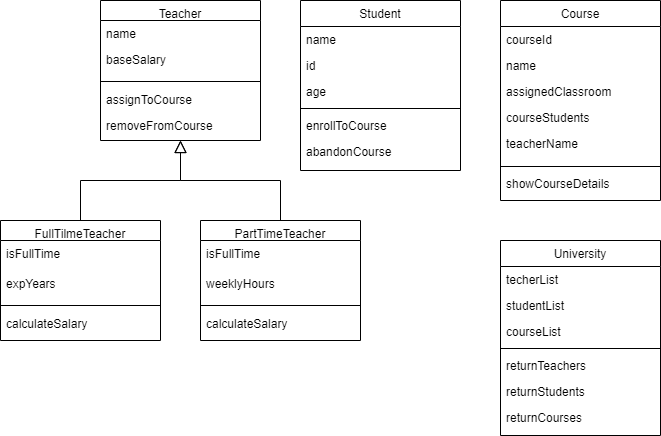
This is UniversityUML.png from ChristianMartinezTech/UniversityGlobant, a draw.io export, as it was before one commit. Source tidied: cells renumbered, new cells last; positions are measured from the earlier drawing's top-left corner, leaving out a move shared by most shapes.
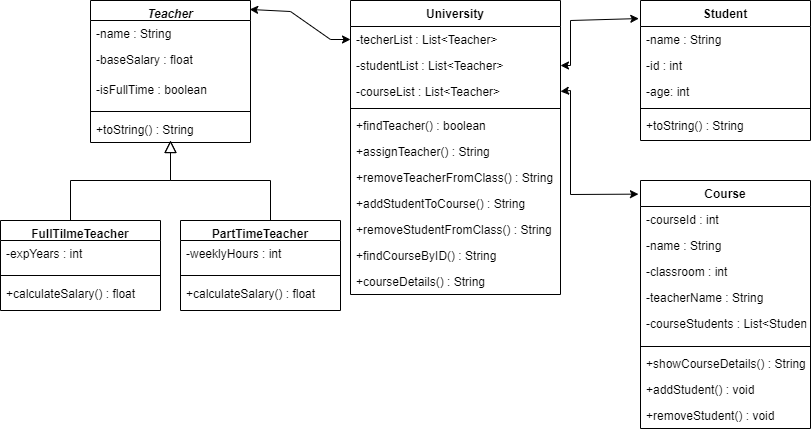
The same file after the commit.

The edit, as a diff of the source:
```diff
@@ -2,134 +2,167 @@
   <root>
     <mxCell id="0" />
     <mxCell id="1" parent="0" />
-    <mxCell id="2" value="Teacher" style="swimlane;fontStyle=0;align=center;verticalAlign=top;horizontal=1;startSize=20;rounded=0;shadow=0;strokeWidth=1;" parent="1" vertex="1">
-      <mxGeometry x="100" width="160" height="140" as="geometry" />
+    <mxCell id="2" value="Teacher" style="swimlane;fontStyle=3;align=center;verticalAlign=top;horizontal=1;startSize=20;rounded=0;shadow=0;strokeWidth=1;" parent="1" vertex="1">
+      <mxGeometry x="-60" y="-230" width="160" height="142" as="geometry" />
     </mxCell>
-    <mxCell id="3" value="name" style="text;align=left;verticalAlign=top;spacingLeft=4;spacingRight=4;overflow=hidden;" parent="2" vertex="1">
+    <mxCell id="3" value="-name : String" style="text;align=left;verticalAlign=top;spacingLeft=4;spacingRight=4;overflow=hidden;" parent="2" vertex="1">
       <mxGeometry y="20" width="160" height="26" as="geometry" />
     </mxCell>
-    <mxCell id="4" value="baseSalary" style="text;align=left;verticalAlign=top;spacingLeft=4;spacingRight=4;overflow=hidden;" parent="2" vertex="1">
+    <mxCell id="4" value="-baseSalary : float" style="text;align=left;verticalAlign=top;spacingLeft=4;spacingRight=4;overflow=hidden;" parent="2" vertex="1">
       <mxGeometry y="46" width="160" height="30" as="geometry" />
     </mxCell>
+    <mxCell id="43" value="-isFullTime : boolean" style="text;align=left;verticalAlign=top;spacingLeft=4;spacingRight=4;overflow=hidden;" parent="2" vertex="1">
+      <mxGeometry y="76" width="160" height="30" as="geometry" />
+    </mxCell>
     <mxCell id="5" style="line;html=1;strokeWidth=1;align=left;verticalAlign=middle;spacingTop=-1;spacingLeft=3;spacingRight=3;labelPosition=right;" parent="2" vertex="1">
-      <mxGeometry y="76" width="160" height="10" as="geometry" />
+      <mxGeometry y="106" width="160" height="10" as="geometry" />
     </mxCell>
-    <mxCell id="6" value="assignToCourse" style="text;align=left;verticalAlign=top;spacingLeft=4;spacingRight=4;overflow=hidden;" parent="2" vertex="1">
-      <mxGeometry y="86" width="160" height="26" as="geometry" />
+    <mxCell id="6" value="+toString() : String" style="text;align=left;verticalAlign=top;spacingLeft=4;spacingRight=4;overflow=hidden;" parent="2" vertex="1">
+      <mxGeometry y="116" width="160" height="26" as="geometry" />
     </mxCell>
-    <mxCell id="7" value="removeFromCourse" style="text;align=left;verticalAlign=top;spacingLeft=4;spacingRight=4;overflow=hidden;" parent="2" vertex="1">
-      <mxGeometry y="112" width="160" height="26" as="geometry" />
-    </mxCell>
-    <mxCell id="8" value="Student" style="swimlane;fontStyle=0;align=center;verticalAlign=top;horizontal=1;startSize=26;rounded=0;shadow=0;strokeWidth=1;" parent="1" vertex="1">
-      <mxGeometry x="300" width="160" height="170" as="geometry" />
+    <mxCell id="8" value="Student" style="swimlane;fontStyle=1;align=center;verticalAlign=top;horizontal=1;startSize=26;rounded=0;shadow=0;strokeWidth=1;" parent="1" vertex="1">
+      <mxGeometry x="490" y="-230" width="170" height="140" as="geometry" />
     </mxCell>
-    <mxCell id="9" value="name" style="text;align=left;verticalAlign=top;spacingLeft=4;spacingRight=4;overflow=hidden;" parent="8" vertex="1">
-      <mxGeometry y="26" width="160" height="26" as="geometry" />
+    <mxCell id="9" value="-name : String" style="text;align=left;verticalAlign=top;spacingLeft=4;spacingRight=4;overflow=hidden;" parent="8" vertex="1">
+      <mxGeometry y="26" width="170" height="26" as="geometry" />
     </mxCell>
-    <mxCell id="10" value="id" style="text;align=left;verticalAlign=top;spacingLeft=4;spacingRight=4;overflow=hidden;" parent="8" vertex="1">
-      <mxGeometry y="52" width="160" height="26" as="geometry" />
+    <mxCell id="10" value="-id : int" style="text;align=left;verticalAlign=top;spacingLeft=4;spacingRight=4;overflow=hidden;" parent="8" vertex="1">
+      <mxGeometry y="52" width="170" height="26" as="geometry" />
     </mxCell>
-    <mxCell id="11" value="age" style="text;align=left;verticalAlign=top;spacingLeft=4;spacingRight=4;overflow=hidden;" parent="8" vertex="1">
-      <mxGeometry y="78" width="160" height="26" as="geometry" />
+    <mxCell id="11" value="-age: int" style="text;align=left;verticalAlign=top;spacingLeft=4;spacingRight=4;overflow=hidden;" parent="8" vertex="1">
+      <mxGeometry y="78" width="170" height="26" as="geometry" />
     </mxCell>
     <mxCell id="12" style="line;html=1;strokeWidth=1;align=left;verticalAlign=middle;spacingTop=-1;spacingLeft=3;spacingRight=3;labelPosition=right;" parent="8" vertex="1">
-      <mxGeometry y="104" width="160" height="8" as="geometry" />
+      <mxGeometry y="104" width="170" height="8" as="geometry" />
     </mxCell>
-    <mxCell id="13" value="enrollToCourse" style="text;align=left;verticalAlign=top;spacingLeft=4;spacingRight=4;overflow=hidden;" parent="8" vertex="1">
-      <mxGeometry y="112" width="160" height="26" as="geometry" />
+    <mxCell id="13" value="+toString() : String" style="text;align=left;verticalAlign=top;spacingLeft=4;spacingRight=4;overflow=hidden;" parent="8" vertex="1">
+      <mxGeometry y="112" width="170" height="26" as="geometry" />
     </mxCell>
-    <mxCell id="14" value="abandonCourse" style="text;align=left;verticalAlign=top;spacingLeft=4;spacingRight=4;overflow=hidden;" parent="8" vertex="1">
-      <mxGeometry y="138" width="160" height="32" as="geometry" />
-    </mxCell>
-    <mxCell id="15" value="University" style="swimlane;fontStyle=0;align=center;verticalAlign=top;horizontal=1;startSize=26;rounded=0;shadow=0;strokeWidth=1;" parent="1" vertex="1">
-      <mxGeometry x="500" y="240" width="160" height="195" as="geometry" />
+    <mxCell id="15" value="University" style="swimlane;fontStyle=1;align=center;verticalAlign=top;horizontal=1;startSize=26;rounded=0;shadow=0;strokeWidth=1;" parent="1" vertex="1">
+      <mxGeometry x="200" y="-230" width="210" height="294" as="geometry" />
     </mxCell>
-    <mxCell id="16" value="techerList" style="text;align=left;verticalAlign=top;spacingLeft=4;spacingRight=4;overflow=hidden;points=[[0,0.5],[1,0.5]];portConstraint=eastwest;" parent="15" vertex="1">
-      <mxGeometry y="26" width="160" height="26" as="geometry" />
+    <mxCell id="16" value="-techerList : List&lt;Teacher&gt;" style="text;align=left;verticalAlign=top;spacingLeft=4;spacingRight=4;overflow=hidden;points=[[0,0.5],[1,0.5]];portConstraint=eastwest;" parent="15" vertex="1">
+      <mxGeometry y="26" width="210" height="26" as="geometry" />
     </mxCell>
-    <mxCell id="17" value="studentList" style="text;align=left;verticalAlign=top;spacingLeft=4;spacingRight=4;overflow=hidden;points=[[0,0.5],[1,0.5]];portConstraint=eastwest;rounded=0;shadow=0;html=0;" parent="15" vertex="1">
-      <mxGeometry y="52" width="160" height="26" as="geometry" />
+    <mxCell id="17" value="-studentList : List&lt;Teacher&gt;" style="text;align=left;verticalAlign=top;spacingLeft=4;spacingRight=4;overflow=hidden;points=[[0,0.5],[1,0.5]];portConstraint=eastwest;rounded=0;shadow=0;html=0;" parent="15" vertex="1">
+      <mxGeometry y="52" width="210" height="26" as="geometry" />
     </mxCell>
-    <mxCell id="18" value="courseList" style="text;align=left;verticalAlign=top;spacingLeft=4;spacingRight=4;overflow=hidden;points=[[0,0.5],[1,0.5]];portConstraint=eastwest;rounded=0;shadow=0;html=0;" parent="15" vertex="1">
-      <mxGeometry y="78" width="160" height="26" as="geometry" />
+    <mxCell id="18" value="-courseList : List&lt;Teacher&gt;" style="text;align=left;verticalAlign=top;spacingLeft=4;spacingRight=4;overflow=hidden;points=[[0,0.5],[1,0.5]];portConstraint=eastwest;rounded=0;shadow=0;html=0;" parent="15" vertex="1">
+      <mxGeometry y="78" width="210" height="26" as="geometry" />
     </mxCell>
     <mxCell id="19" style="line;html=1;strokeWidth=1;align=left;verticalAlign=middle;spacingTop=-1;spacingLeft=3;spacingRight=3;labelPosition=right;" parent="15" vertex="1">
-      <mxGeometry y="104" width="160" height="8" as="geometry" />
+      <mxGeometry y="104" width="210" height="8" as="geometry" />
     </mxCell>
-    <mxCell id="20" value="returnTeachers" style="text;align=left;verticalAlign=top;spacingLeft=4;spacingRight=4;overflow=hidden;rounded=0;shadow=0;html=0;" parent="15" vertex="1">
-      <mxGeometry y="112" width="160" height="26" as="geometry" />
+    <mxCell id="20" value="+findTeacher() : boolean" style="text;align=left;verticalAlign=top;spacingLeft=4;spacingRight=4;overflow=hidden;rounded=0;shadow=0;html=0;" parent="15" vertex="1">
+      <mxGeometry y="112" width="210" height="26" as="geometry" />
     </mxCell>
-    <mxCell id="21" value="returnStudents" style="text;align=left;verticalAlign=top;spacingLeft=4;spacingRight=4;overflow=hidden;rounded=0;shadow=0;html=0;" parent="15" vertex="1">
-      <mxGeometry y="138" width="160" height="26" as="geometry" />
+    <mxCell id="21" value="+assignTeacher() : String" style="text;align=left;verticalAlign=top;spacingLeft=4;spacingRight=4;overflow=hidden;rounded=0;shadow=0;html=0;" parent="15" vertex="1">
+      <mxGeometry y="138" width="210" height="26" as="geometry" />
     </mxCell>
-    <mxCell id="22" value="returnCourses" style="text;align=left;verticalAlign=top;spacingLeft=4;spacingRight=4;overflow=hidden;rounded=0;shadow=0;html=0;" parent="15" vertex="1">
-      <mxGeometry y="164" width="160" height="26" as="geometry" />
+    <mxCell id="22" value="+removeTeacherFromClass() : String" style="text;align=left;verticalAlign=top;spacingLeft=4;spacingRight=4;overflow=hidden;rounded=0;shadow=0;html=0;" parent="15" vertex="1">
+      <mxGeometry y="164" width="210" height="26" as="geometry" />
     </mxCell>
+    <mxCell id="44" value="+addStudentToCourse() : String" style="text;align=left;verticalAlign=top;spacingLeft=4;spacingRight=4;overflow=hidden;rounded=0;shadow=0;html=0;" parent="15" vertex="1">
+      <mxGeometry y="190" width="210" height="26" as="geometry" />
+    </mxCell>
+    <mxCell id="45" value="+removeStudentFromClass() : String" style="text;align=left;verticalAlign=top;spacingLeft=4;spacingRight=4;overflow=hidden;rounded=0;shadow=0;html=0;" parent="15" vertex="1">
+      <mxGeometry y="216" width="210" height="26" as="geometry" />
+    </mxCell>
+    <mxCell id="46" value="+findCourseByID() : String" style="text;align=left;verticalAlign=top;spacingLeft=4;spacingRight=4;overflow=hidden;rounded=0;shadow=0;html=0;" parent="15" vertex="1">
+      <mxGeometry y="242" width="210" height="26" as="geometry" />
+    </mxCell>
+    <mxCell id="47" value="+courseDetails() : String" style="text;align=left;verticalAlign=top;spacingLeft=4;spacingRight=4;overflow=hidden;rounded=0;shadow=0;html=0;" parent="15" vertex="1">
+      <mxGeometry y="268" width="210" height="26" as="geometry" />
+    </mxCell>
-    <mxCell id="23" value="Course" style="swimlane;fontStyle=0;align=center;verticalAlign=top;horizontal=1;startSize=26;rounded=0;shadow=0;strokeWidth=1;" parent="1" vertex="1">
-      <mxGeometry x="500" width="160" height="200" as="geometry" />
+    <mxCell id="23" value="Course" style="swimlane;fontStyle=1;align=center;verticalAlign=top;horizontal=1;startSize=26;rounded=0;shadow=0;strokeWidth=1;" parent="1" vertex="1">
+      <mxGeometry x="490" y="-50" width="170" height="248" as="geometry" />
     </mxCell>
-    <mxCell id="24" value="courseId" style="text;align=left;verticalAlign=top;spacingLeft=4;spacingRight=4;overflow=hidden;" parent="23" vertex="1">
-      <mxGeometry y="26" width="160" height="26" as="geometry" />
+    <mxCell id="24" value="-courseId : int" style="text;align=left;verticalAlign=top;spacingLeft=4;spacingRight=4;overflow=hidden;" parent="23" vertex="1">
+      <mxGeometry y="26" width="170" height="26" as="geometry" />
     </mxCell>
-    <mxCell id="25" value="name" style="text;align=left;verticalAlign=top;spacingLeft=4;spacingRight=4;overflow=hidden;" parent="23" vertex="1">
-      <mxGeometry y="52" width="160" height="26" as="geometry" />
+    <mxCell id="25" value="-name : String" style="text;align=left;verticalAlign=top;spacingLeft=4;spacingRight=4;overflow=hidden;" parent="23" vertex="1">
+      <mxGeometry y="52" width="170" height="26" as="geometry" />
     </mxCell>
-    <mxCell id="26" value="assignedClassroom" style="text;align=left;verticalAlign=top;spacingLeft=4;spacingRight=4;overflow=hidden;rounded=0;shadow=0;html=0;" parent="23" vertex="1">
-      <mxGeometry y="78" width="160" height="26" as="geometry" />
+    <mxCell id="26" value="-classroom : int" style="text;align=left;verticalAlign=top;spacingLeft=4;spacingRight=4;overflow=hidden;rounded=0;shadow=0;html=0;" parent="23" vertex="1">
+      <mxGeometry y="78" width="170" height="26" as="geometry" />
     </mxCell>
-    <mxCell id="27" value="courseStudents" style="text;align=left;verticalAlign=top;spacingLeft=4;spacingRight=4;overflow=hidden;rounded=0;shadow=0;html=0;" parent="23" vertex="1">
-      <mxGeometry y="104" width="160" height="26" as="geometry" />
+    <mxCell id="27" value="-teacherName : String" style="text;align=left;verticalAlign=top;spacingLeft=4;spacingRight=4;overflow=hidden;rounded=0;shadow=0;html=0;" parent="23" vertex="1">
+      <mxGeometry y="104" width="170" height="26" as="geometry" />
     </mxCell>
-    <mxCell id="28" value="teacherName" style="text;align=left;verticalAlign=top;spacingLeft=4;spacingRight=4;overflow=hidden;rounded=0;shadow=0;html=0;" parent="23" vertex="1">
-      <mxGeometry y="130" width="160" height="32" as="geometry" />
+    <mxCell id="28" value="-courseStudents : List&lt;Student&gt;" style="text;align=left;verticalAlign=top;spacingLeft=4;spacingRight=4;overflow=hidden;rounded=0;shadow=0;html=0;" parent="23" vertex="1">
+      <mxGeometry y="130" width="170" height="32" as="geometry" />
     </mxCell>
     <mxCell id="29" style="line;html=1;strokeWidth=1;align=left;verticalAlign=middle;spacingTop=-1;spacingLeft=3;spacingRight=3;labelPosition=right;" parent="23" vertex="1">
-      <mxGeometry y="162" width="160" height="8" as="geometry" />
+      <mxGeometry y="162" width="170" height="8" as="geometry" />
     </mxCell>
-    <mxCell id="30" value="showCourseDetails" style="text;align=left;verticalAlign=top;spacingLeft=4;spacingRight=4;overflow=hidden;" parent="23" vertex="1">
-      <mxGeometry y="170" width="160" height="26" as="geometry" />
+    <mxCell id="30" value="+showCourseDetails() : String " style="text;align=left;verticalAlign=top;spacingLeft=4;spacingRight=4;overflow=hidden;" parent="23" vertex="1">
+      <mxGeometry y="170" width="170" height="26" as="geometry" />
     </mxCell>
+    <mxCell id="48" value="+addStudent() : void" style="text;align=left;verticalAlign=top;spacingLeft=4;spacingRight=4;overflow=hidden;" parent="23" vertex="1">
+      <mxGeometry y="196" width="170" height="26" as="geometry" />
+    </mxCell>
+    <mxCell id="49" value="+removeStudent() : void" style="text;align=left;verticalAlign=top;spacingLeft=4;spacingRight=4;overflow=hidden;" parent="23" vertex="1">
+      <mxGeometry y="222" width="170" height="26" as="geometry" />
+    </mxCell>
-    <mxCell id="31" value="FullTilmeTeacher" style="swimlane;fontStyle=0;align=center;verticalAlign=top;horizontal=1;startSize=20;rounded=0;shadow=0;strokeWidth=1;" parent="1" vertex="1">
-      <mxGeometry y="220" width="160" height="120" as="geometry" />
+    <mxCell id="31" value="FullTilmeTeacher" style="swimlane;fontStyle=1;align=center;verticalAlign=top;horizontal=1;startSize=20;rounded=0;shadow=0;strokeWidth=1;" parent="1" vertex="1">
+      <mxGeometry x="-150" y="-10" width="160" height="90" as="geometry" />
     </mxCell>
-    <mxCell id="32" value="isFullTime" style="text;align=left;verticalAlign=top;spacingLeft=4;spacingRight=4;overflow=hidden;" parent="31" vertex="1">
-      <mxGeometry y="20" width="160" height="30" as="geometry" />
-    </mxCell>
-    <mxCell id="33" value="expYears" style="text;align=left;verticalAlign=top;spacingLeft=4;spacingRight=4;overflow=hidden;" parent="31" vertex="1">
-      <mxGeometry y="50" width="160" height="30" as="geometry" />
+    <mxCell id="33" value="-expYears : int" style="text;align=left;verticalAlign=top;spacingLeft=4;spacingRight=4;overflow=hidden;" parent="31" vertex="1">
+      <mxGeometry y="20" width="160" height="30" as="geometry" />
     </mxCell>
     <mxCell id="34" style="line;html=1;strokeWidth=1;align=left;verticalAlign=middle;spacingTop=-1;spacingLeft=3;spacingRight=3;labelPosition=right;" parent="31" vertex="1">
-      <mxGeometry y="80" width="160" height="10" as="geometry" />
+      <mxGeometry y="50" width="160" height="10" as="geometry" />
     </mxCell>
-    <mxCell id="35" value="calculateSalary" style="text;align=left;verticalAlign=top;spacingLeft=4;spacingRight=4;overflow=hidden;" parent="31" vertex="1">
-      <mxGeometry y="90" width="160" height="30" as="geometry" />
+    <mxCell id="35" value="+calculateSalary() : float" style="text;align=left;verticalAlign=top;spacingLeft=4;spacingRight=4;overflow=hidden;" parent="31" vertex="1">
+      <mxGeometry y="60" width="160" height="30" as="geometry" />
     </mxCell>
-    <mxCell id="36" value="PartTimeTeacher" style="swimlane;fontStyle=0;align=center;verticalAlign=top;horizontal=1;startSize=20;rounded=0;shadow=0;strokeWidth=1;" parent="1" vertex="1">
-      <mxGeometry x="200" y="220" width="160" height="120" as="geometry" />
+    <mxCell id="36" value="PartTimeTeacher" style="swimlane;fontStyle=1;align=center;verticalAlign=top;horizontal=1;startSize=20;rounded=0;shadow=0;strokeWidth=1;" parent="1" vertex="1">
+      <mxGeometry x="30" y="-10" width="160" height="90" as="geometry" />
     </mxCell>
-    <mxCell id="37" value="isFullTime" style="text;align=left;verticalAlign=top;spacingLeft=4;spacingRight=4;overflow=hidden;" parent="36" vertex="1">
-      <mxGeometry y="20" width="160" height="30" as="geometry" />
-    </mxCell>
-    <mxCell id="38" value="weeklyHours" style="text;align=left;verticalAlign=top;spacingLeft=4;spacingRight=4;overflow=hidden;" parent="36" vertex="1">
-      <mxGeometry y="50" width="160" height="30" as="geometry" />
+    <mxCell id="38" value="-weeklyHours : int" style="text;align=left;verticalAlign=top;spacingLeft=4;spacingRight=4;overflow=hidden;" parent="36" vertex="1">
+      <mxGeometry y="20" width="160" height="30" as="geometry" />
     </mxCell>
     <mxCell id="39" style="line;html=1;strokeWidth=1;align=left;verticalAlign=middle;spacingTop=-1;spacingLeft=3;spacingRight=3;labelPosition=right;" parent="36" vertex="1">
-      <mxGeometry y="80" width="160" height="10" as="geometry" />
+      <mxGeometry y="50" width="160" height="10" as="geometry" />
     </mxCell>
-    <mxCell id="40" value="calculateSalary" style="text;align=left;verticalAlign=top;spacingLeft=4;spacingRight=4;overflow=hidden;" parent="36" vertex="1">
-      <mxGeometry y="90" width="160" height="30" as="geometry" />
+    <mxCell id="40" value="+calculateSalary() : float" style="text;align=left;verticalAlign=top;spacingLeft=4;spacingRight=4;overflow=hidden;" parent="36" vertex="1">
+      <mxGeometry y="60" width="160" height="30" as="geometry" />
     </mxCell>
     <mxCell id="41" style="endArrow=block;endSize=10;endFill=0;shadow=0;strokeWidth=1;rounded=0;edgeStyle=elbowEdgeStyle;elbow=vertical;" parent="1" edge="1">
       <mxGeometry relative="1" as="geometry">
-        <mxPoint x="280" y="220" as="sourcePoint" />
-        <mxPoint x="180" y="140" as="targetPoint" />
+        <mxPoint x="120" y="-10" as="sourcePoint" />
+        <mxPoint x="20" y="-90" as="targetPoint" />
       </mxGeometry>
     </mxCell>
     <mxCell id="42" style="endArrow=block;endSize=10;endFill=0;shadow=0;strokeWidth=1;rounded=0;edgeStyle=elbowEdgeStyle;elbow=vertical;" parent="1" edge="1">
       <mxGeometry relative="1" as="geometry">
-        <mxPoint x="80" y="220" as="sourcePoint" />
-        <mxPoint x="180" y="140" as="targetPoint" />
+        <mxPoint x="-80" y="-10" as="sourcePoint" />
+        <mxPoint x="20" y="-90" as="targetPoint" />
       </mxGeometry>
     </mxCell>
+    <mxCell id="50" style="endArrow=classic;startArrow=classic;html=1;rounded=0;entryX=0;entryY=0.5;entryDx=0;entryDy=0;exitX=0.995;exitY=0.063;exitDx=0;exitDy=0;exitPerimeter=0;" parent="1" edge="1" source="2" target="16">
+      <mxGeometry relative="1" as="geometry">
+        <Array as="points">
+          <mxPoint x="140" y="-219" />
+          <mxPoint x="180" y="-191" />
+        </Array>
+      </mxGeometry>
+    </mxCell>
+    <mxCell id="51" style="endArrow=classic;startArrow=classic;html=1;rounded=0;exitX=-0.01;exitY=0.129;exitDx=0;exitDy=0;exitPerimeter=0;entryX=1;entryY=0.5;entryDx=0;entryDy=0;" parent="1" edge="1" source="8" target="17">
+      <mxGeometry relative="1" as="geometry">
+        <Array as="points">
+          <mxPoint x="420" y="-210" />
+          <mxPoint x="420" y="-165" />
+        </Array>
+      </mxGeometry>
+    </mxCell>
+    <mxCell id="52" style="endArrow=classic;startArrow=classic;html=1;rounded=0;entryX=1;entryY=0.5;entryDx=0;entryDy=0;exitX=-0.012;exitY=0.055;exitDx=0;exitDy=0;exitPerimeter=0;" parent="1" edge="1" source="23" target="18">
+      <mxGeometry relative="1" as="geometry">
+        <Array as="points">
+          <mxPoint x="420" y="-36" />
+          <mxPoint x="420" y="-140" />
+        </Array>
+      </mxGeometry>
+    </mxCell>
   </root>
 </mxGraphModel>
```
